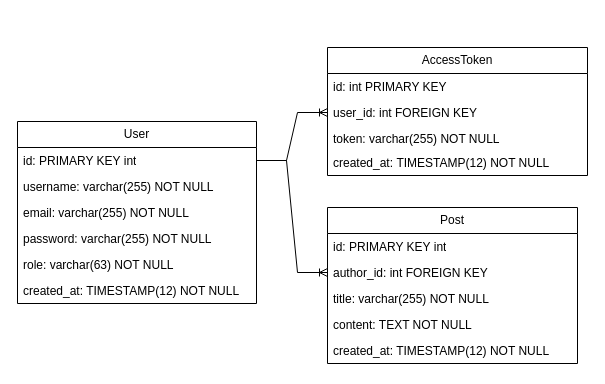
This is erd-diagram.drawio from Alchimis/yii-blog, a draw.io file, before an edit. Source tidied: cells renumbered, new cells numbered last; positions are measured from the earlier drawing's top-left corner, leaving out a move shared by most shapes. Both pictures are drawn from the tidied source at 100%, with x=0, y=0 at pixel (17, 47).
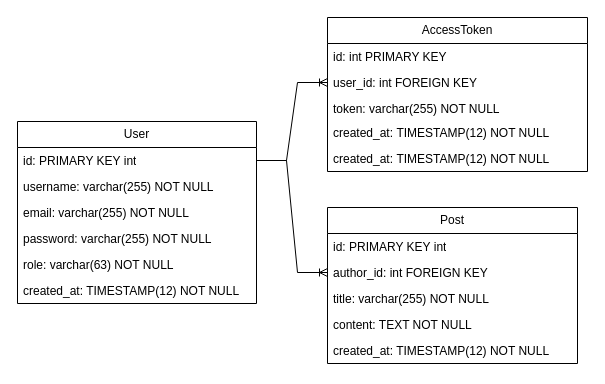
The same diagram, later.

Commit message (it also covers changes not shown here):
Написал модель Токен

Change to the diagram source:
```diff
@@
     <mxCell id="9" value="AccessToken" style="swimlane;fontStyle=0;horizontal=1;startSize=26;fillColor=none;whiteSpace=wrap;html=1;" parent="1" vertex="1">
-      <mxGeometry x="310" width="260" height="128" as="geometry" />
+      <mxGeometry x="310" y="-30" width="260" height="154" as="geometry" />
     </mxCell>
@@
+    <mxCell id="22" value="created_at:&amp;nbsp;TIMESTAMP(12) NOT NULL" style="text;strokeColor=none;fillColor=none;align=left;verticalAlign=top;spacingLeft=4;spacingRight=4;overflow=hidden;whiteSpace=wrap;html=1;" parent="9" vertex="1">
+      <mxGeometry y="128" width="260" height="26" as="geometry" />
+    </mxCell>
```
